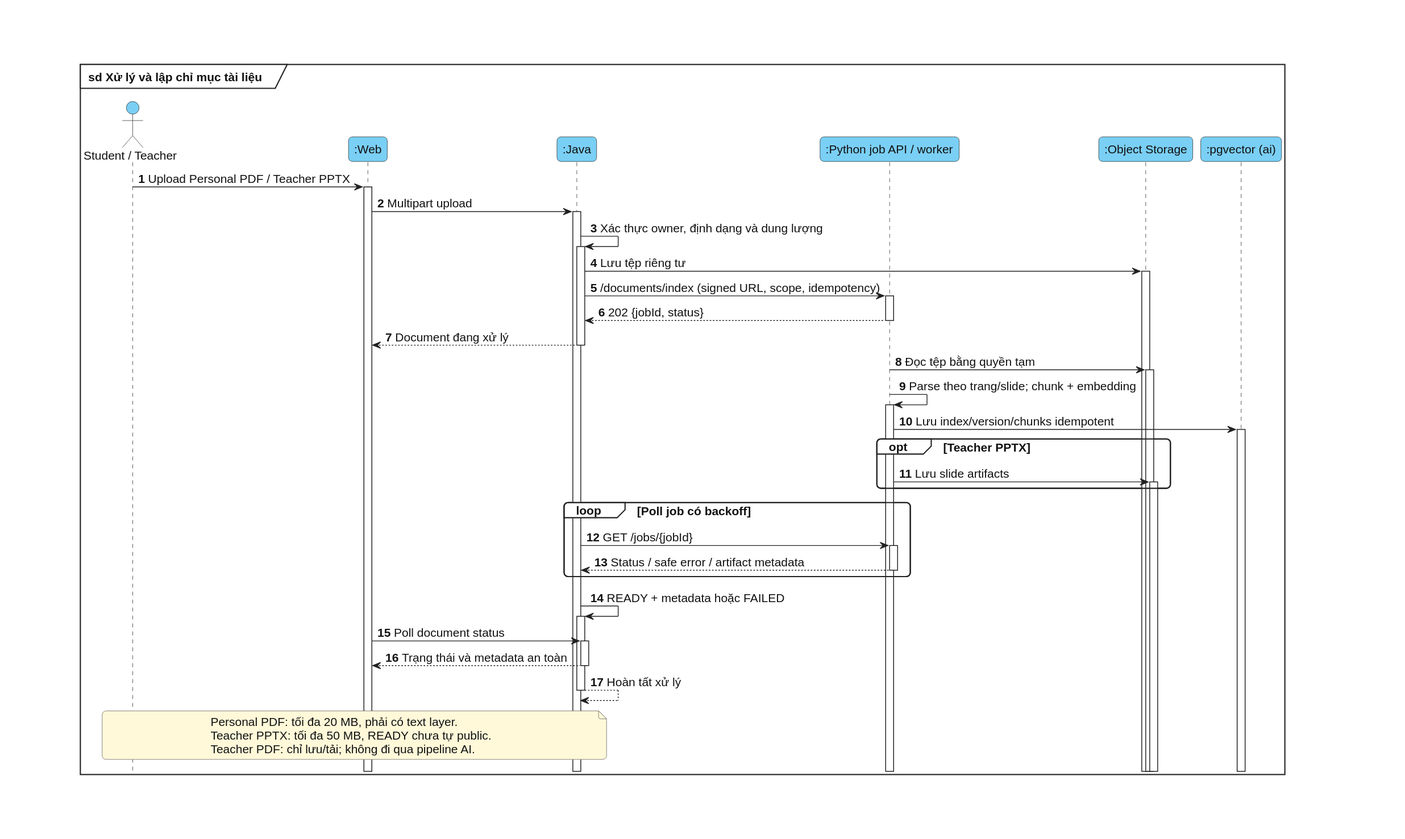
Above: docs/diagrams/chuong-3/sequence-14-document-indexing.svg in bch7504/DATN (PlantUML), before the change. Source of this version:
```plantuml
@startuml
skinparam defaultFontColor #111111
skinparam ArrowColor #222222
skinparam ActorBackgroundColor #7ACFF5
skinparam ActorBorderColor #222222
skinparam NoteBackgroundColor #FFF9D9
skinparam NoteBorderColor #555555
skinparam RectangleBackgroundColor white
skinparam RectangleBorderColor #222222
skinparam ParticipantBackgroundColor #7ACFF5
skinparam ParticipantBorderColor #222222
skinparam LifeLineBackgroundColor #7ACFF5
skinparam LifeLineBorderColor #222222
skinparam SequenceGroupBackgroundColor white
skinparam SequenceGroupBodyBackgroundColor white
skinparam SequenceGroupBorderColor #222222
skinparam shadowing false
skinparam linetype ortho
skinparam backgroundColor white
skinparam defaultFontName Arial
skinparam defaultFontSize 15
skinparam classAttributeIconSize 0
skinparam packageStyle rectangle
skinparam roundcorner 10
skinparam nodesep 30
skinparam ranksep 40
hide footbox
autonumber
autoactivate on
actor "Student / Teacher" as User
participant ":Web" as Web
participant ":Java" as Java
participant ":Python job API / worker" as AI
participant ":Object Storage" as Storage
participant ":pgvector (ai)" as DB
User -> Web : Upload Personal PDF / Teacher PPTX
Web -> Java : Multipart upload
Java -> Java : Xác thực owner, định dạng và dung lượng
Java -> Storage : Lưu tệp riêng tư
Java -> AI : /documents/index (signed URL, scope, idempotency)
AI --> Java : 202 {jobId, status}
Java --> Web : Document đang xử lý
AI -> Storage : Đọc tệp bằng quyền tạm
AI -> AI : Parse theo trang/slide; chunk + embedding
AI -> DB : Lưu index/version/chunks idempotent
opt Teacher PPTX
AI -> Storage : Lưu slide artifacts
end
loop Poll job có backoff
Java -> AI : GET /jobs/{jobId}
AI --> Java : Status / safe error / artifact metadata
end
Java -> Java : READY + metadata hoặc FAILED
Web -> Java : Poll document status
Java --> Web : Trạng thái và metadata an toàn
return Hoàn tất xử lý
note over User,Java
Personal PDF: tối đa 20 MB, phải có text layer.
Teacher PPTX: tối đa 50 MB, READY chưa tự public.
Teacher PDF: chỉ lưu/tải; không đi qua pipeline AI.
end note
@enduml
```
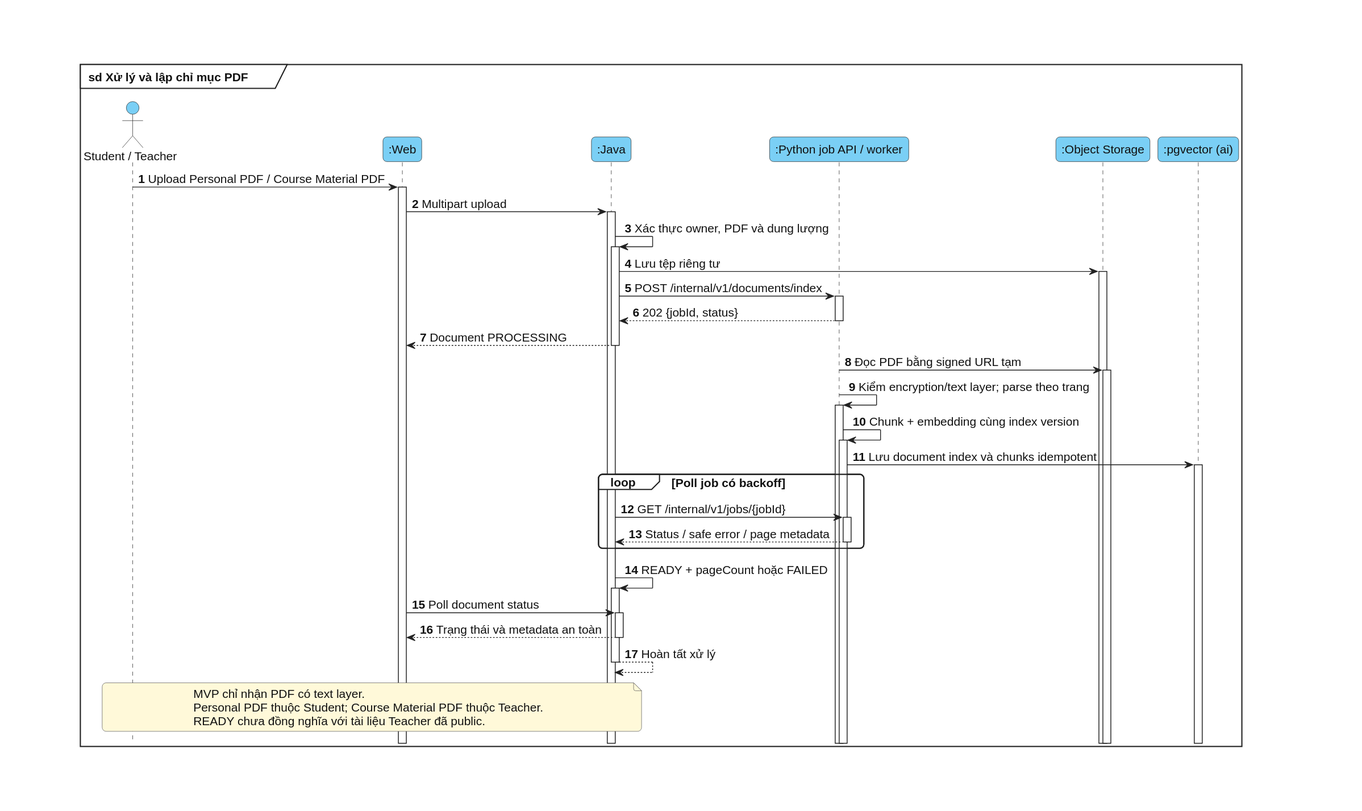
After the change.

The edit, as a diff of the source:
```diff
@@ -5,8 +5,6 @@
 skinparam ActorBorderColor #222222
 skinparam NoteBackgroundColor #FFF9D9
 skinparam NoteBorderColor #555555
-skinparam RectangleBackgroundColor white
-skinparam RectangleBorderColor #222222
 skinparam ParticipantBackgroundColor #7ACFF5
 skinparam ParticipantBorderColor #222222
 skinparam LifeLineBackgroundColor #7ACFF5
@@ -19,44 +17,41 @@
 skinparam backgroundColor white
 skinparam defaultFontName Arial
 skinparam defaultFontSize 15
-skinparam classAttributeIconSize 0
-skinparam packageStyle rectangle
 skinparam roundcorner 10
-skinparam nodesep 30
-skinparam ranksep 40
 hide footbox
 autonumber
 autoactivate on
+
 actor "Student / Teacher" as User
 participant ":Web" as Web
 participant ":Java" as Java
 participant ":Python job API / worker" as AI
 participant ":Object Storage" as Storage
 participant ":pgvector (ai)" as DB
-User -> Web : Upload Personal PDF / Teacher PPTX
+
+User -> Web : Upload Personal PDF / Course Material PDF
 Web -> Java : Multipart upload
-Java -> Java : Xác thực owner, định dạng và dung lượng
+Java -> Java : Xác thực owner, PDF và dung lượng
 Java -> Storage : Lưu tệp riêng tư
-Java -> AI : /documents/index (signed URL, scope, idempotency)
+Java -> AI : POST /internal/v1/documents/index
 AI --> Java : 202 {jobId, status}
-Java --> Web : Document đang xử lý
-AI -> Storage : Đọc tệp bằng quyền tạm
-AI -> AI : Parse theo trang/slide; chunk + embedding
-AI -> DB : Lưu index/version/chunks idempotent
-opt Teacher PPTX
-AI -> Storage : Lưu slide artifacts
+Java --> Web : Document PROCESSING
+AI -> Storage : Đọc PDF bằng signed URL tạm
+AI -> AI : Kiểm encryption/text layer; parse theo trang
+AI -> AI : Chunk + embedding cùng index version
+AI -> DB : Lưu document index và chunks idempotent
+loop Poll job có backoff
+  Java -> AI : GET /internal/v1/jobs/{jobId}
+  AI --> Java : Status / safe error / page metadata
 end
-loop Poll job có backoff
-Java -> AI : GET /jobs/{jobId}
-AI --> Java : Status / safe error / artifact metadata
-end
-Java -> Java : READY + metadata hoặc FAILED
+Java -> Java : READY + pageCount hoặc FAILED
 Web -> Java : Poll document status
 Java --> Web : Trạng thái và metadata an toàn
 return Hoàn tất xử lý
+
 note over User,Java
-Personal PDF: tối đa 20 MB, phải có text layer.
-Teacher PPTX: tối đa 50 MB, READY chưa tự public.
-Teacher PDF: chỉ lưu/tải; không đi qua pipeline AI.
+MVP chỉ nhận PDF có text layer.
+Personal PDF thuộc Student; Course Material PDF thuộc Teacher.
+READY chưa đồng nghĩa với tài liệu Teacher đã public.
 end note
 @enduml
```
